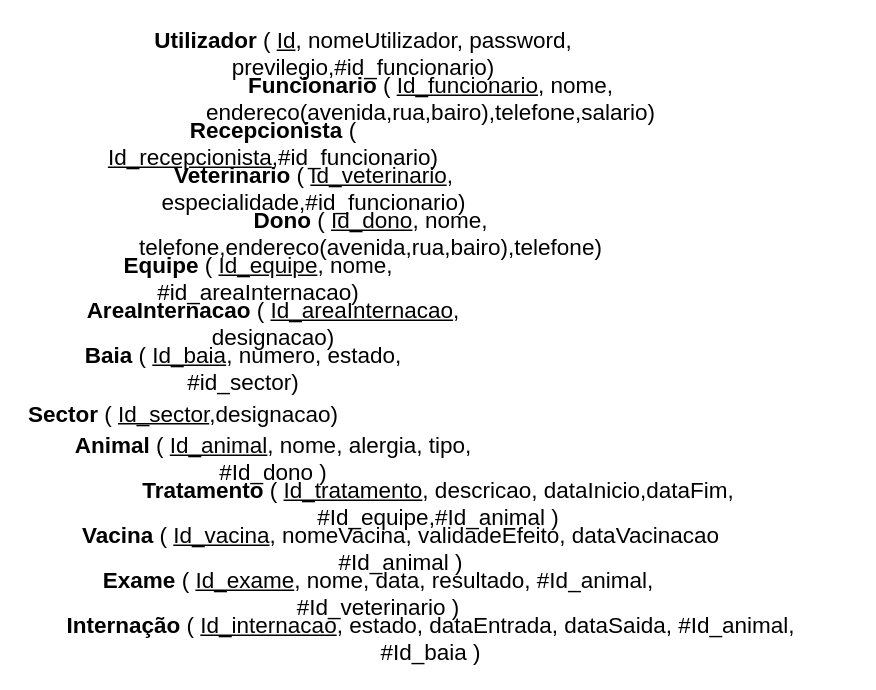
Before: page "Mapeamento" (2 of 8) of modelagem_banco-de-dados/ClinicaVeterianaria.drawio in JeanJacquesNS/clinica-veterinaria, a draw.io diagram. Source tidied: cells renumbered, new cells numbered last; positions are measured from the earlier drawing's top-left corner, leaving out a move shared by most shapes. Both pictures are drawn from the tidied source at 150%, with x=0, y=0 at pixel (26, 30).
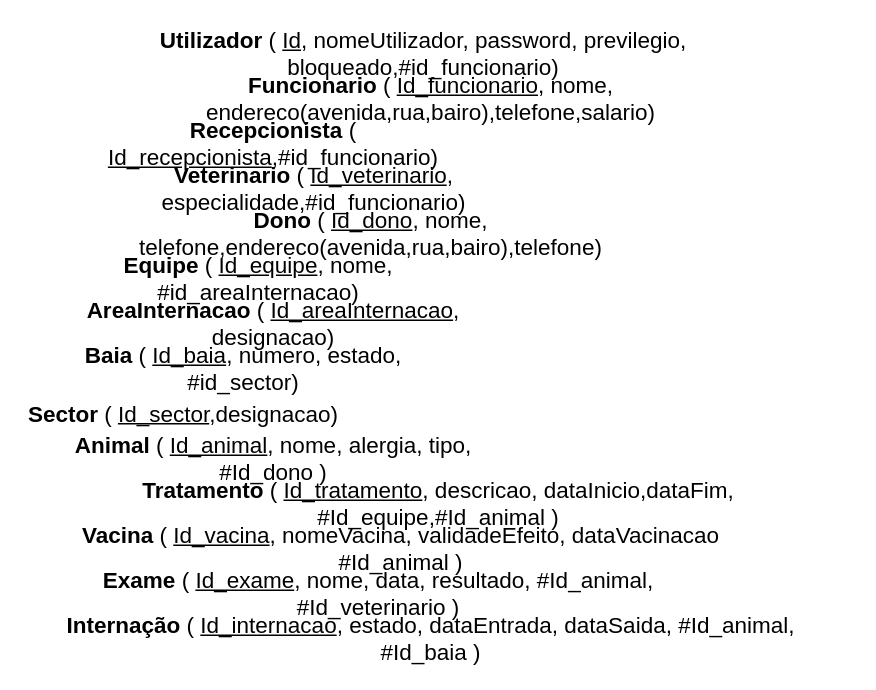
The same page after the edit.

What changed in the source:
```diff
@@
 <mxGraphModel>
   <root>
     <mxCell id="0" />
     <mxCell id="1" parent="0" />
-    <mxCell id="2" value="&lt;b&gt;Utilizador&lt;/b&gt; ( &lt;u&gt;Id&lt;/u&gt;, nomeUtilizador, password, previlegio,#id_funcionario)" style="text;html=1;strokeColor=none;fillColor=none;align=center;verticalAlign=middle;whiteSpace=wrap;rounded=0;fontSize=15;" parent="1" vertex="1">
-      <mxGeometry width="450" height="30" as="geometry" />
-    </mxCell>
+    <mxCell id="16" value="&lt;b&gt;Utilizador&lt;/b&gt; ( &lt;u&gt;Id&lt;/u&gt;, nomeUtilizador, password, previlegio, bloqueado,#id_funcionario)" style="text;html=1;strokeColor=none;fillColor=none;align=center;verticalAlign=middle;whiteSpace=wrap;rounded=0;fontSize=15;" parent="1" vertex="1">
+      <mxGeometry width="530" height="30" as="geometry" />
+    </mxCell>
     <mxCell id="3" value="&lt;b&gt;Funcionario&lt;/b&gt; ( &lt;u&gt;Id_funcionario&lt;/u&gt;, nome, endereco(avenida,rua,bairo),telefone,salario)" style="text;html=1;strokeColor=none;fillColor=none;align=center;verticalAlign=middle;whiteSpace=wrap;rounded=0;fontSize=15;" parent="1" vertex="1">
       <mxGeometry y="30" width="540" height="30" as="geometry" />
     </mxCell>
     <mxCell id="4" value="&lt;b&gt;Dono&lt;/b&gt; ( &lt;u&gt;Id_dono&lt;/u&gt;, nome, telefone,endereco(avenida,rua,bairo),telefone)" style="text;html=1;strokeColor=none;fillColor=none;align=center;verticalAlign=middle;whiteSpace=wrap;rounded=0;fontSize=15;" parent="1" vertex="1">
       <mxGeometry y="120" width="460" height="30" as="geometry" />
     </mxCell>
     <mxCell id="5" value="&lt;b&gt;Recepcionista&lt;/b&gt; ( &lt;u&gt;Id_recepcionista&lt;/u&gt;,#id_funcionario)" style="text;html=1;strokeColor=none;fillColor=none;align=center;verticalAlign=middle;whiteSpace=wrap;rounded=0;fontSize=15;" parent="1" vertex="1">
       <mxGeometry y="60" width="330" height="30" as="geometry" />
     </mxCell>
     <mxCell id="6" value="&lt;b&gt;Veterinario&lt;/b&gt; ( &lt;u&gt;Id_veterinario&lt;/u&gt;, especialidade,#id_funcionario)" style="text;html=1;strokeColor=none;fillColor=none;align=center;verticalAlign=middle;whiteSpace=wrap;rounded=0;fontSize=15;" parent="1" vertex="1">
       <mxGeometry y="90" width="384" height="30" as="geometry" />
     </mxCell>
     <mxCell id="7" value="&lt;b&gt;Equipe&lt;/b&gt; ( &lt;u&gt;Id_equipe&lt;/u&gt;, nome, #id_areaInternacao)" style="text;html=1;strokeColor=none;fillColor=none;align=center;verticalAlign=middle;whiteSpace=wrap;rounded=0;fontSize=15;" parent="1" vertex="1">
       <mxGeometry y="150" width="310" height="30" as="geometry" />
     </mxCell>
     <mxCell id="8" value="&lt;b&gt;AreaInternacao&lt;/b&gt; ( &lt;u&gt;Id_areaInternacao&lt;/u&gt;, designacao)" style="text;html=1;strokeColor=none;fillColor=none;align=center;verticalAlign=middle;whiteSpace=wrap;rounded=0;fontSize=15;" parent="1" vertex="1">
       <mxGeometry y="180" width="330" height="30" as="geometry" />
     </mxCell>
     <mxCell id="9" value="&lt;b&gt;Baia&lt;/b&gt; ( &lt;u&gt;Id_baia&lt;/u&gt;, numero, estado, #id_sector)" style="text;html=1;strokeColor=none;fillColor=none;align=center;verticalAlign=middle;whiteSpace=wrap;rounded=0;fontSize=15;" parent="1" vertex="1">
       <mxGeometry y="210" width="290" height="30" as="geometry" />
     </mxCell>
     <mxCell id="10" value="&lt;b&gt;Sector&lt;/b&gt; ( &lt;u&gt;Id_sector&lt;/u&gt;,designacao)" style="text;html=1;strokeColor=none;fillColor=none;align=center;verticalAlign=middle;whiteSpace=wrap;rounded=0;fontSize=15;" parent="1" vertex="1">
       <mxGeometry y="240" width="210" height="30" as="geometry" />
     </mxCell>
     <mxCell id="11" value="&lt;b&gt;Animal&lt;/b&gt; ( &lt;u&gt;Id_animal&lt;/u&gt;, nome, alergia, tipo, #Id_dono )" style="text;html=1;strokeColor=none;fillColor=none;align=center;verticalAlign=middle;whiteSpace=wrap;rounded=0;fontSize=15;" parent="1" vertex="1">
       <mxGeometry y="270" width="330" height="30" as="geometry" />
     </mxCell>
     <mxCell id="12" value="&lt;b&gt;Tratamento&lt;/b&gt; ( &lt;u&gt;Id_tratamento&lt;/u&gt;, descricao, dataInicio,dataFim, #Id_equipe,#Id_animal )" style="text;html=1;strokeColor=none;fillColor=none;align=center;verticalAlign=middle;whiteSpace=wrap;rounded=0;fontSize=15;" parent="1" vertex="1">
       <mxGeometry y="300" width="550" height="30" as="geometry" />
     </mxCell>
     <mxCell id="13" value="&lt;b&gt;Vacina&lt;/b&gt; ( &lt;u&gt;Id_vacina&lt;/u&gt;, nomeVacina, validadeEfeito, dataVacinacao #Id_animal )" style="text;html=1;strokeColor=none;fillColor=none;align=center;verticalAlign=middle;whiteSpace=wrap;rounded=0;fontSize=15;" parent="1" vertex="1">
       <mxGeometry y="330" width="500" height="30" as="geometry" />
     </mxCell>
     <mxCell id="14" value="&lt;b&gt;Exame&lt;/b&gt; ( &lt;u&gt;Id_exame&lt;/u&gt;, nome, data, resultado, #Id_animal, #Id_veterinario )" style="text;html=1;strokeColor=none;fillColor=none;align=center;verticalAlign=middle;whiteSpace=wrap;rounded=0;fontSize=15;" parent="1" vertex="1">
       <mxGeometry y="360" width="470" height="30" as="geometry" />
     </mxCell>
     <mxCell id="15" value="&lt;b&gt;Internação&lt;/b&gt; ( &lt;u&gt;Id_internacao&lt;/u&gt;, estado, dataEntrada, dataSaida, #Id_animal, #Id_baia )" style="text;html=1;strokeColor=none;fillColor=none;align=center;verticalAlign=middle;whiteSpace=wrap;rounded=0;fontSize=15;" parent="1" vertex="1">
       <mxGeometry y="390" width="540" height="30" as="geometry" />
     </mxCell>
   </root>
 </mxGraphModel>
```
